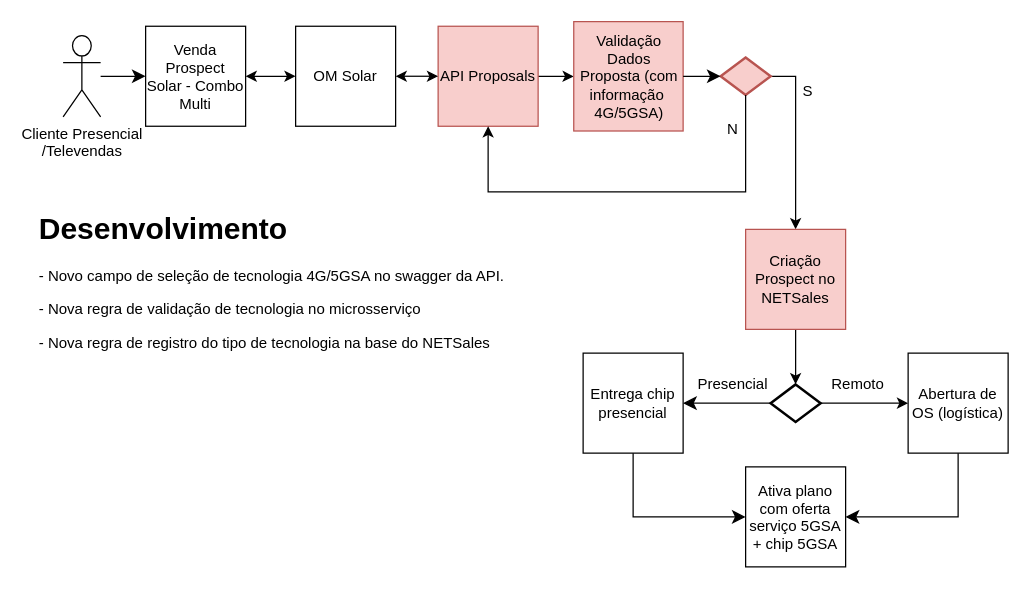
Before: page "API Solar Prospect NETSales" (4 of 5) of 5GSA v2.drawio in samirali/ClaroBrasil, a draw.io diagram. Source tidied: cells renumbered, new cells numbered last; positions are measured from the earlier drawing's top-left corner, leaving out a move shared by most shapes. Both pictures are drawn from the tidied source at 125%, with x=0, y=0 at pixel (32, 21).
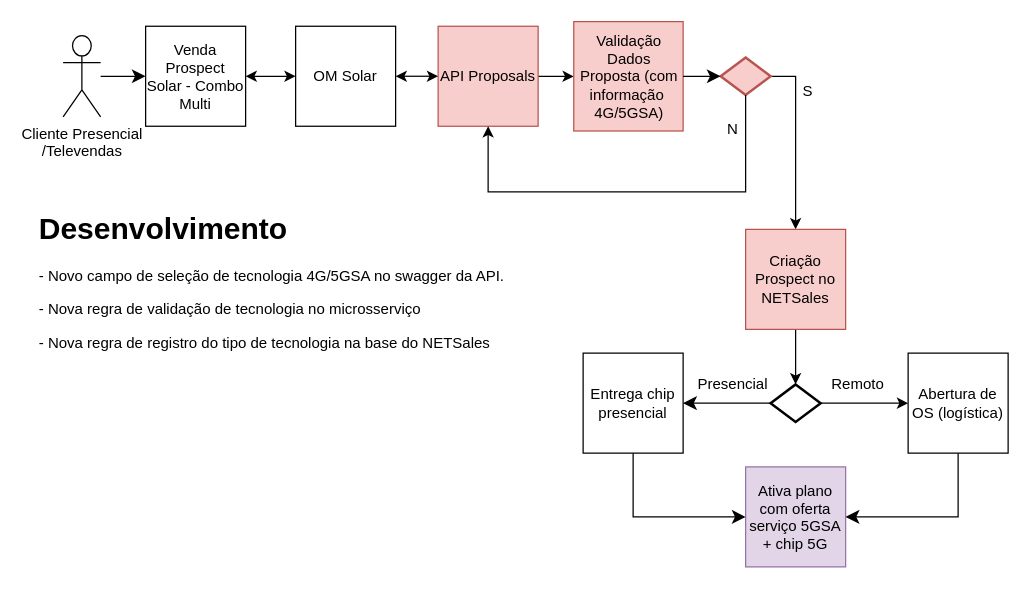
The same diagram, later.

Diff of the diagram source:
```diff
@@
-    <mxCell id="12" value="&lt;p style=&quot;line-height: normal; margin: 0pt 0in; text-indent: 0in; direction: ltr; unicode-bidi: embed; word-break: normal;&quot;&gt;Ativa plano com oferta serviço 5GSA + chip 5GSA&lt;/p&gt;" style="whiteSpace=wrap;html=1;" parent="1" vertex="1">
+    <mxCell id="12" value="&lt;p style=&quot;line-height: normal; margin: 0pt 0in; text-indent: 0in; direction: ltr; unicode-bidi: embed; word-break: normal;&quot;&gt;Ativa plano com oferta serviço 5GSA + chip 5G&lt;/p&gt;" style="whiteSpace=wrap;html=1;fillColor=#e1d5e7;strokeColor=#9673a6;" parent="1" vertex="1">
       <mxGeometry x="570" y="356" width="80" height="80" as="geometry" />
     </mxCell>
```
